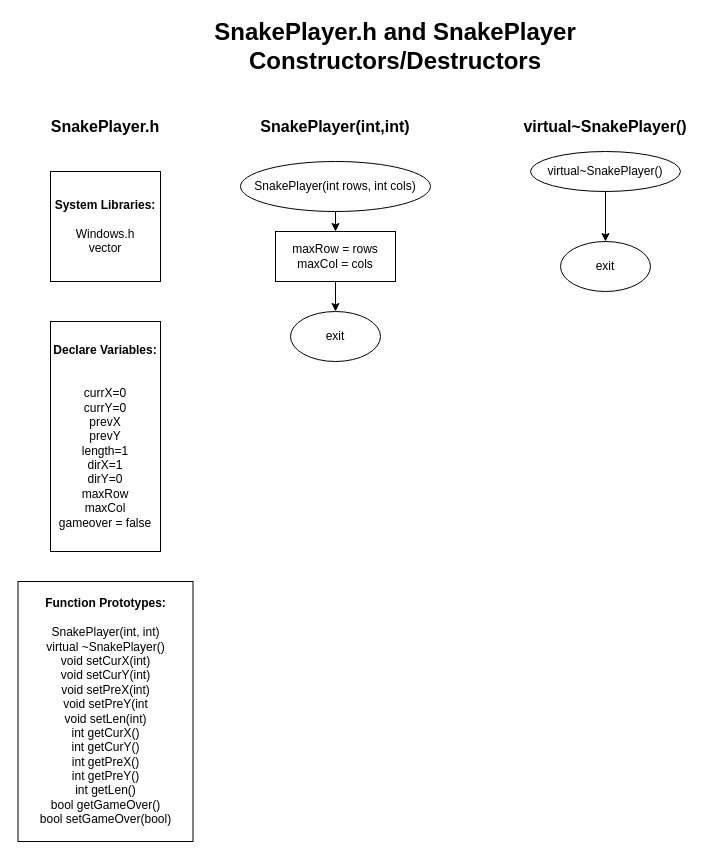
Earlier version of the draw.io diagram page "SnakePlayer.h/Constructors/Destructors" (4 of 5) of SnakeGame Flowchart.drawio (dkaycarlos/SnakeGame). Source tidied: cells renumbered, new cells numbered last; positions are measured from the earlier drawing's top-left corner, leaving out a move shared by most shapes. Both pictures are drawn from the tidied source at 100%, with x=0, y=0 at pixel (18, 21).
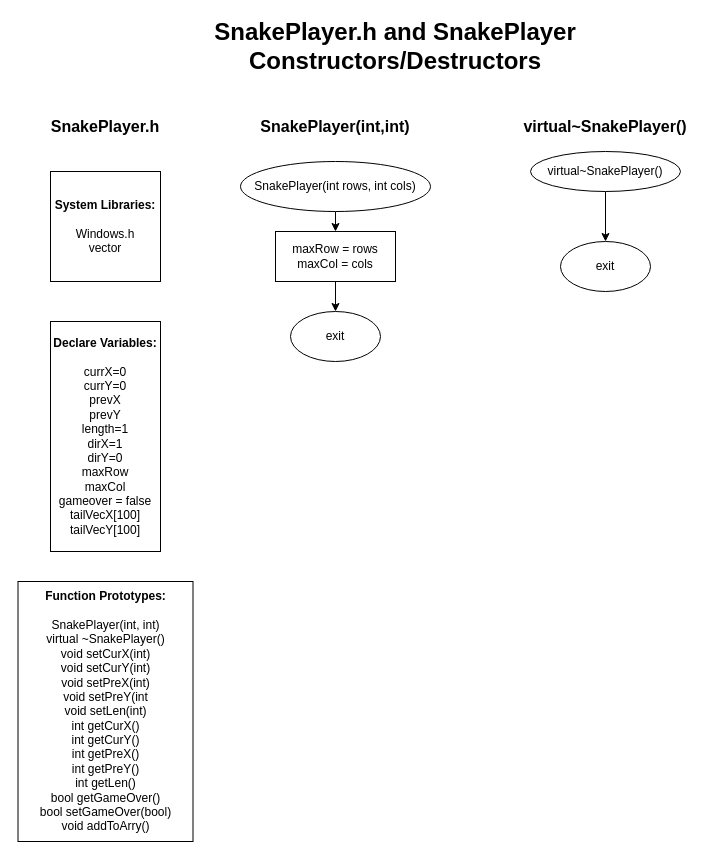
After the change.

The edit, as a diff of the source:
```diff
@@
 <mxGraphModel>
   <root>
     <mxCell id="0" />
     <mxCell id="1" parent="0" />
     <mxCell id="2" value="&lt;b&gt;&lt;font style=&quot;font-size: 24px&quot;&gt;SnakePlayer.h and SnakePlayer Constructors/Destructors&lt;/font&gt;&lt;/b&gt;" style="text;html=1;strokeColor=none;fillColor=none;align=center;verticalAlign=middle;whiteSpace=wrap;rounded=0;strokeWidth=4;" parent="1" vertex="1">
       <mxGeometry x="62" width="630" height="50" as="geometry" />
     </mxCell>
     <mxCell id="3" value="&lt;font style=&quot;font-size: 16px&quot;&gt;&lt;b&gt;SnakePlayer.h&lt;/b&gt;&lt;/font&gt;" style="text;html=1;strokeColor=none;fillColor=none;align=center;verticalAlign=middle;whiteSpace=wrap;rounded=0;" parent="1" vertex="1">
       <mxGeometry x="27" y="90" width="120" height="30" as="geometry" />
     </mxCell>
     <mxCell id="4" value="&lt;div&gt;&lt;b&gt;System Libraries:&lt;/b&gt;&lt;/div&gt;&lt;div&gt;&lt;b&gt;&lt;br&gt;&lt;/b&gt;&lt;/div&gt;&lt;div&gt;Windows.h&lt;b&gt;&lt;br&gt;&lt;/b&gt;&lt;/div&gt;&lt;div&gt;vector&lt;br&gt;&lt;/div&gt;" style="rounded=0;whiteSpace=wrap;html=1;" parent="1" vertex="1">
       <mxGeometry x="32" y="150" width="110" height="110" as="geometry" />
     </mxCell>
-    <mxCell id="5" value="&lt;div&gt;&lt;b&gt;Declare Variables:&lt;/b&gt;&lt;/div&gt;&lt;div&gt;&lt;b&gt;&lt;br&gt;&lt;/b&gt;&lt;/div&gt;&lt;div&gt;&lt;br&gt;&lt;/div&gt;&lt;div&gt;currX=0&lt;/div&gt;&lt;div&gt;currY=0&lt;/div&gt;&lt;div&gt;prevX&lt;/div&gt;&lt;div&gt;prevY&lt;/div&gt;&lt;div&gt;length=1&lt;/div&gt;&lt;div&gt;dirX=1&lt;/div&gt;&lt;div&gt;dirY=0&lt;/div&gt;&lt;div&gt;maxRow&lt;/div&gt;&lt;div&gt;maxCol&lt;/div&gt;&lt;div&gt;gameover = false&lt;br&gt;&lt;/div&gt;" style="rounded=0;whiteSpace=wrap;html=1;" parent="1" vertex="1">
+    <mxCell id="5" value="&lt;div&gt;&lt;b&gt;Declare Variables:&lt;/b&gt;&lt;/div&gt;&lt;div&gt;&lt;br&gt;&lt;/div&gt;&lt;div&gt;currX=0&lt;/div&gt;&lt;div&gt;currY=0&lt;/div&gt;&lt;div&gt;prevX&lt;/div&gt;&lt;div&gt;prevY&lt;/div&gt;&lt;div&gt;length=1&lt;/div&gt;&lt;div&gt;dirX=1&lt;/div&gt;&lt;div&gt;dirY=0&lt;/div&gt;&lt;div&gt;maxRow&lt;/div&gt;&lt;div&gt;maxCol&lt;/div&gt;&lt;div&gt;gameover = false&lt;br&gt;&lt;/div&gt;&lt;div&gt;tailVecX[100]&lt;/div&gt;&lt;div&gt;tailVecY[100]&lt;br&gt;&lt;/div&gt;" style="rounded=0;whiteSpace=wrap;html=1;" parent="1" vertex="1">
       <mxGeometry x="32" y="300" width="110" height="230" as="geometry" />
     </mxCell>
-    <mxCell id="6" value="&lt;div&gt;&lt;b&gt;Function Prototypes:&lt;/b&gt;&lt;/div&gt;&lt;div&gt;&lt;b&gt;&lt;br&gt;&lt;/b&gt;&lt;/div&gt;&lt;div&gt;SnakePlayer(int, int)&lt;/div&gt;&lt;div&gt;virtual ~SnakePlayer()&lt;/div&gt;&lt;div&gt;void setCurX(int)&lt;/div&gt;&lt;div&gt;void setCurY(int)&lt;/div&gt;&lt;div&gt;void setPreX(int)&lt;/div&gt;&lt;div&gt;void setPreY(int&lt;/div&gt;&lt;div&gt;void setLen(int)&lt;/div&gt;&lt;div&gt;int getCurX()&lt;/div&gt;&lt;div&gt;int getCurY()&lt;/div&gt;&lt;div&gt;int getPreX()&lt;/div&gt;&lt;div&gt;int getPreY()&lt;/div&gt;&lt;div&gt;int getLen()&lt;/div&gt;&lt;div&gt;bool getGameOver()&lt;/div&gt;&lt;div&gt;bool setGameOver(bool)&lt;br&gt;&lt;/div&gt;" style="rounded=0;whiteSpace=wrap;html=1;" parent="1" vertex="1">
+    <mxCell id="6" value="&lt;div&gt;&lt;b&gt;Function Prototypes:&lt;/b&gt;&lt;/div&gt;&lt;div&gt;&lt;b&gt;&lt;br&gt;&lt;/b&gt;&lt;/div&gt;&lt;div&gt;SnakePlayer(int, int)&lt;/div&gt;&lt;div&gt;virtual ~SnakePlayer()&lt;/div&gt;&lt;div&gt;void setCurX(int)&lt;/div&gt;&lt;div&gt;void setCurY(int)&lt;/div&gt;&lt;div&gt;void setPreX(int)&lt;/div&gt;&lt;div&gt;void setPreY(int&lt;/div&gt;&lt;div&gt;void setLen(int)&lt;/div&gt;&lt;div&gt;int getCurX()&lt;/div&gt;&lt;div&gt;int getCurY()&lt;/div&gt;&lt;div&gt;int getPreX()&lt;/div&gt;&lt;div&gt;int getPreY()&lt;/div&gt;&lt;div&gt;int getLen()&lt;/div&gt;&lt;div&gt;bool getGameOver()&lt;/div&gt;&lt;div&gt;bool setGameOver(bool)&lt;/div&gt;&lt;div&gt;void addToArry()&lt;br&gt;&lt;/div&gt;" style="rounded=0;whiteSpace=wrap;html=1;" parent="1" vertex="1">
       <mxGeometry x="-0.5" y="560" width="175" height="260" as="geometry" />
     </mxCell>
     <mxCell id="7" value="&lt;font style=&quot;font-size: 16px&quot;&gt;&lt;b&gt;SnakePlayer(int,int)&lt;/b&gt;&lt;/font&gt;" style="text;html=1;strokeColor=none;fillColor=none;align=center;verticalAlign=middle;whiteSpace=wrap;rounded=0;" parent="1" vertex="1">
       <mxGeometry x="242" y="90" width="150" height="30" as="geometry" />
     </mxCell>
     <mxCell id="8" style="edgeStyle=orthogonalEdgeStyle;rounded=0;jettySize=auto;html=1;exitX=0.5;exitY=1;exitDx=0;exitDy=0;entryX=0.5;entryY=0;entryDx=0;entryDy=0;" parent="1" edge="1" source="9" target="11">
       <mxGeometry relative="1" as="geometry" />
     </mxCell>
     <mxCell id="9" value="SnakePlayer(int rows, int cols)" style="ellipse;whiteSpace=wrap;html=1;" parent="1" vertex="1">
       <mxGeometry x="222" y="140" width="190" height="50" as="geometry" />
     </mxCell>
     <mxCell id="10" style="edgeStyle=orthogonalEdgeStyle;rounded=0;jettySize=auto;html=1;exitX=0.5;exitY=1;exitDx=0;exitDy=0;entryX=0.5;entryY=0;entryDx=0;entryDy=0;" parent="1" edge="1" source="11" target="12">
       <mxGeometry relative="1" as="geometry" />
     </mxCell>
     <mxCell id="11" value="&lt;div&gt;maxRow = rows&lt;/div&gt;&lt;div&gt;maxCol = cols&lt;br&gt;&lt;/div&gt;" style="rounded=0;whiteSpace=wrap;html=1;" parent="1" vertex="1">
       <mxGeometry x="257" y="210" width="120" height="50" as="geometry" />
     </mxCell>
     <mxCell id="12" value="exit" style="ellipse;whiteSpace=wrap;html=1;" parent="1" vertex="1">
       <mxGeometry x="272" y="290" width="90" height="50" as="geometry" />
     </mxCell>
     <mxCell id="13" style="edgeStyle=orthogonalEdgeStyle;rounded=0;jettySize=auto;html=1;exitX=0.5;exitY=1;exitDx=0;exitDy=0;" parent="1" edge="1" source="14" target="16">
       <mxGeometry relative="1" as="geometry" />
     </mxCell>
     <mxCell id="14" value="virtual~SnakePlayer()" style="ellipse;whiteSpace=wrap;html=1;" parent="1" vertex="1">
       <mxGeometry x="512" y="130" width="150" height="40" as="geometry" />
     </mxCell>
     <mxCell id="15" value="&lt;font style=&quot;font-size: 16px&quot;&gt;&lt;b&gt;virtual~SnakePlayer()&lt;/b&gt;&lt;/font&gt;" style="text;html=1;strokeColor=none;fillColor=none;align=center;verticalAlign=middle;whiteSpace=wrap;rounded=0;" parent="1" vertex="1">
       <mxGeometry x="502" y="90" width="170" height="30" as="geometry" />
     </mxCell>
     <mxCell id="16" value="exit" style="ellipse;whiteSpace=wrap;html=1;" parent="1" vertex="1">
       <mxGeometry x="542" y="220" width="90" height="50" as="geometry" />
     </mxCell>
   </root>
 </mxGraphModel>
```
